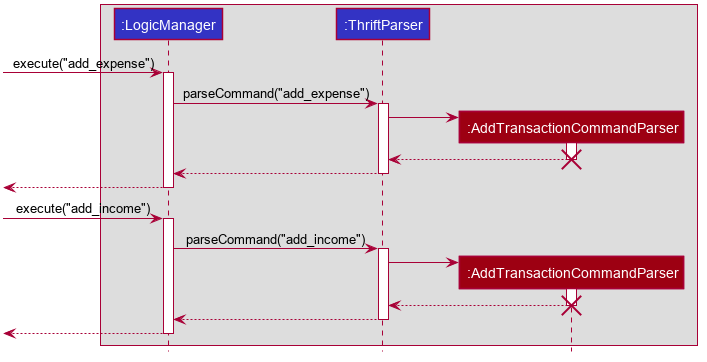
Before: docs/images/add-transaction/PolymorphismCalling.png, a diagram exported from PlantUML (AY1920S1-CS2103T-W12-2/main).
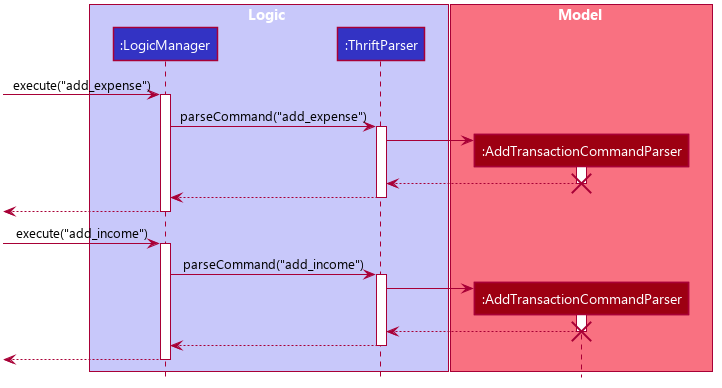
The same diagram one commit later.

Change to the diagram source:
```diff
@@ -12,18 +12,23 @@
 
 skinparam Shadowing false
 
+skinparam MinClassWidth 50
+skinparam ParticipantPadding 10
+skinparam DefaultTextAlignment center
+skinparam packageStyle Rectangle
+
+skinparam defaultFontName Segoe UI
+
 skinparam Class {
     FontColor #FFFFFF
     BorderThickness 1
     BorderColor #FFFFFF
     StereotypeFontColor #FFFFFF
-    FontName Arial
 }
 
 skinparam Actor {
     BorderColor #000000
     Color #000000
-    FontName Arial
 }
 
 skinparam Sequence {
@@ -31,7 +36,6 @@
     BoxFontSize 15
     BoxPadding 0
     BoxFontColor #FFFFFF
-    FontName Arial
 }
 
 skinparam Participant {
@@ -39,19 +43,17 @@
     Padding 20
 }
 
-skinparam MinClassWidth 50
-skinparam ParticipantPadding 10
-skinparam Shadowing false
-skinparam DefaultTextAlignment center
-skinparam packageStyle Rectangle
 
 hide footbox
 hide members
 hide circle
 
-box
+box Logic #C8C8FA
 participant ":LogicManager" as LogicManager #3333C4
 participant ":ThriftParser" as ThriftParser #3333C4
+end box
+
+box Model #F97181
 participant ":AddTransactionCommandParser" as AddTransactionCommandParser #9D0012
 end box
 
```
